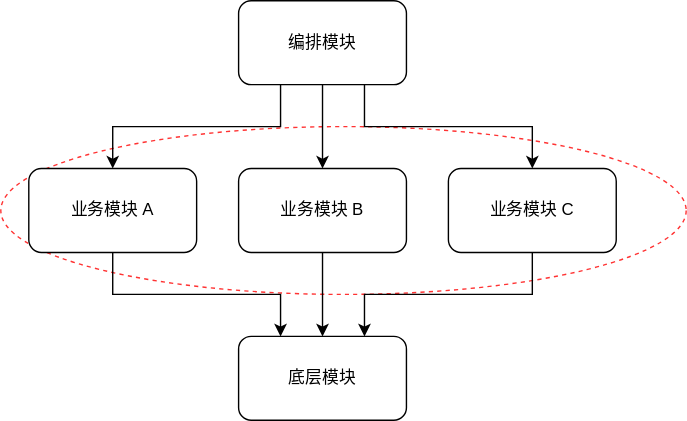
Above: shape.drawio.svg in taowen/modularization-examples (draw.io), before the change. Source tidied: cells renumbered, new cells last; positions are measured from the earlier drawing's top-left corner, leaving out a move shared by most shapes.
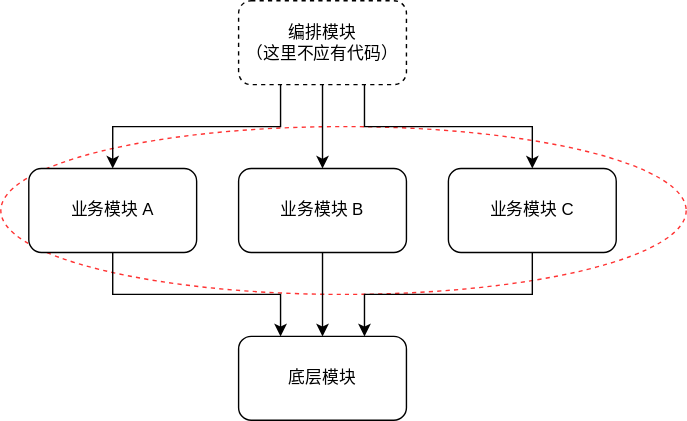
Above is the later version.

Change to the diagram source:
```diff
@@ -17,7 +17,7 @@
     <mxCell id="6" style="edgeStyle=orthogonalEdgeStyle;rounded=0;jettySize=auto;html=1;exitX=0.25;exitY=1;exitDx=0;exitDy=0;" parent="1" edge="1" source="7" target="9">
       <mxGeometry relative="1" as="geometry" />
     </mxCell>
-    <mxCell id="7" value="编排模块" style="rounded=1;whiteSpace=wrap;html=1;" parent="1" vertex="1">
+    <mxCell id="7" value="编排模块&lt;br&gt;（这里不应有代码）" style="rounded=1;whiteSpace=wrap;html=1;dashed=1;" parent="1" vertex="1">
       <mxGeometry x="170" width="120" height="60" as="geometry" />
     </mxCell>
     <mxCell id="8" style="edgeStyle=orthogonalEdgeStyle;rounded=0;jettySize=auto;html=1;exitX=0.5;exitY=1;exitDx=0;exitDy=0;entryX=0.25;entryY=0;entryDx=0;entryDy=0;" parent="1" edge="1" source="9" target="3">
```
